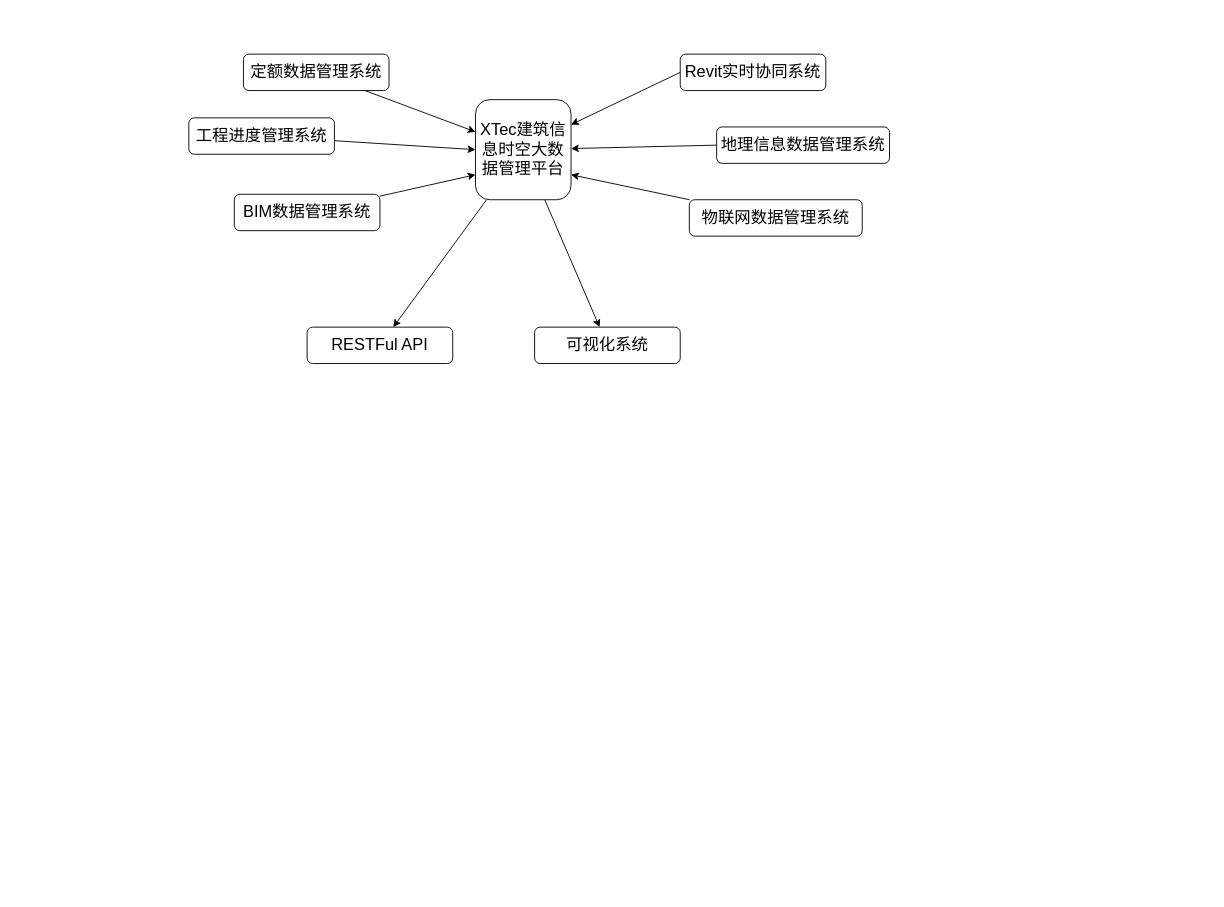
Above: 建筑信息时空大数据平台架构图.drawio in gaochaowyq/MinderGraph (draw.io), before the change. Source tidied: cells renumbered, new cells numbered last; positions are measured from the earlier drawing's top-left corner, leaving out a move shared by most shapes. Both pictures are drawn from the tidied source at 91%, with x=0, y=0 at pixel (188, 54).
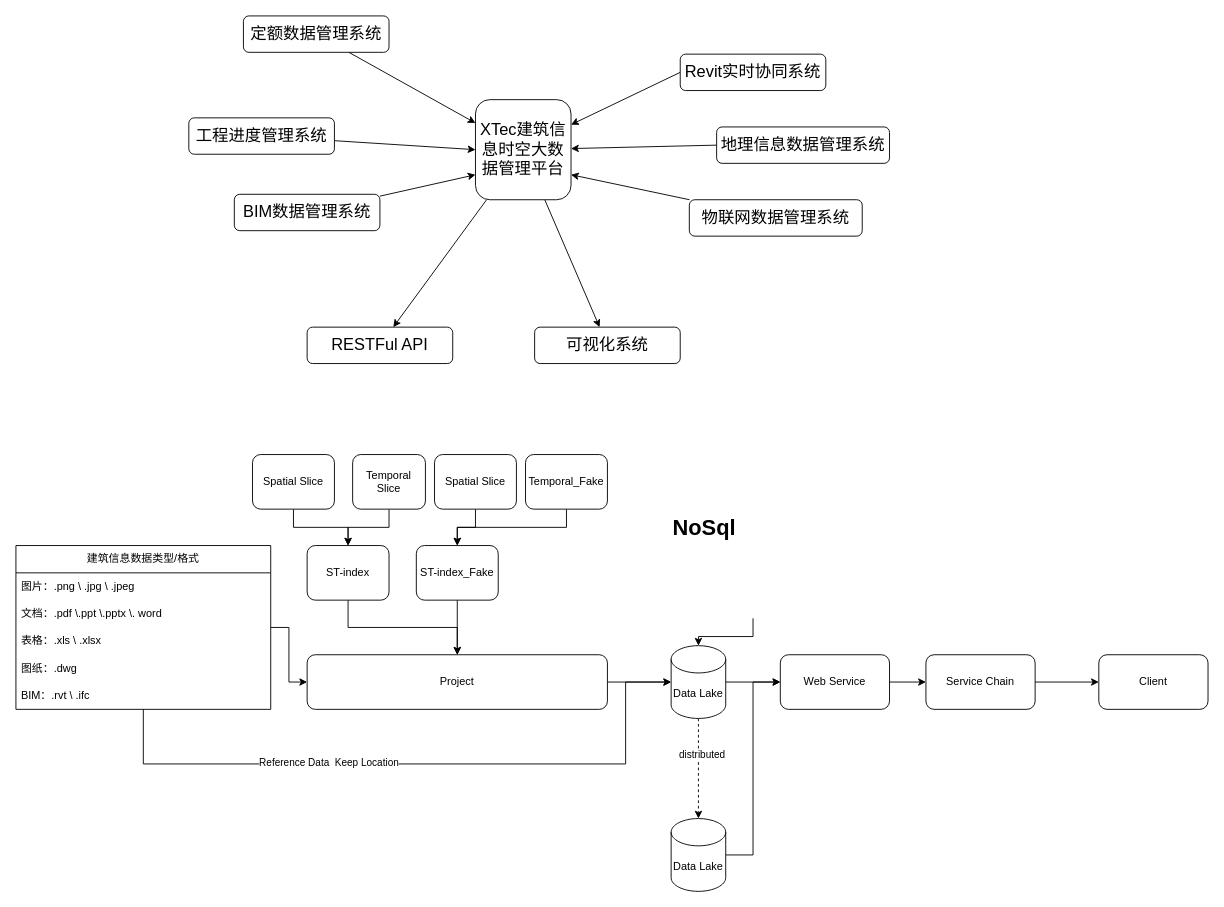
The same diagram, later.

Commit message:
更新建筑信息时空大数据平台架构图.drawio

What changed in the source:
```diff
@@
     <mxCell id="8" value="&lt;div style=&quot;font-size: 18px;&quot;&gt;定额数据管理系统&lt;/div&gt;" style="rounded=1;whiteSpace=wrap;html=1;" parent="1" vertex="1">
-      <mxGeometry x="60" width="160" height="40" as="geometry" />
+      <mxGeometry x="60" y="-42" width="160" height="40" as="geometry" />
     </mxCell>
@@
+    <mxCell id="19" style="edgeStyle=orthogonalEdgeStyle;rounded=0;jettySize=auto;html=1;" parent="1" edge="1" source="22" target="29">
+      <mxGeometry relative="1" as="geometry" />
+    </mxCell>
+    <mxCell id="20" style="edgeStyle=orthogonalEdgeStyle;rounded=0;jettySize=auto;html=1;entryX=0;entryY=0.5;entryDx=0;entryDy=0;entryPerimeter=0;" parent="1" edge="1" source="22" target="45">
+      <mxGeometry relative="1" as="geometry">
+        <Array as="points">
+          <mxPoint x="-50" y="780" />
+          <mxPoint x="480" y="780" />
+          <mxPoint x="480" y="690" />
+        </Array>
+      </mxGeometry>
+    </mxCell>
+    <mxCell id="21" value="&lt;div&gt;Reference Data&amp;nbsp; Keep Location&lt;/div&gt;" style="edgeLabel;html=1;align=center;verticalAlign=middle;" parent="20" vertex="1">
+      <mxGeometry x="-0.28" y="2" relative="1" as="geometry" />
+    </mxCell>
+    <mxCell id="22" value="建筑信息数据类型/格式" style="swimlane;fontStyle=0;horizontal=1;startSize=30;whiteSpace=wrap;html=1;" parent="1" vertex="1">
+      <mxGeometry x="-190" y="540" width="280" height="180" as="geometry" />
+    </mxCell>
+    <mxCell id="23" value="图片：.png \ .jpg \ .jpeg" style="text;strokeColor=none;fillColor=none;align=left;verticalAlign=middle;spacingLeft=4;spacingRight=4;overflow=hidden;whiteSpace=wrap;html=1;" parent="22" vertex="1">
+      <mxGeometry y="30" width="280" height="30" as="geometry" />
+    </mxCell>
+    <mxCell id="24" value="&lt;div&gt;文档：.pdf \.ppt \.pptx \. word&lt;/div&gt;" style="text;strokeColor=none;fillColor=none;align=left;verticalAlign=middle;spacingLeft=4;spacingRight=4;overflow=hidden;whiteSpace=wrap;html=1;" parent="22" vertex="1">
+      <mxGeometry y="60" width="280" height="30" as="geometry" />
+    </mxCell>
+    <mxCell id="25" value="表格：.xls \ .xlsx" style="text;strokeColor=none;fillColor=none;align=left;verticalAlign=middle;spacingLeft=4;spacingRight=4;overflow=hidden;whiteSpace=wrap;html=1;" parent="22" vertex="1">
+      <mxGeometry y="90" width="280" height="30" as="geometry" />
+    </mxCell>
+    <mxCell id="26" value="图纸：.dwg" style="text;strokeColor=none;fillColor=none;align=left;verticalAlign=middle;spacingLeft=4;spacingRight=4;overflow=hidden;whiteSpace=wrap;html=1;" parent="22" vertex="1">
+      <mxGeometry y="120" width="280" height="30" as="geometry" />
+    </mxCell>
+    <mxCell id="27" value="BIM：.rvt \ .ifc" style="text;strokeColor=none;fillColor=none;align=left;verticalAlign=middle;spacingLeft=4;spacingRight=4;overflow=hidden;whiteSpace=wrap;html=1;" parent="22" vertex="1">
+      <mxGeometry y="150" width="280" height="30" as="geometry" />
+    </mxCell>
+    <mxCell id="28" style="edgeStyle=orthogonalEdgeStyle;rounded=0;jettySize=auto;html=1;" parent="1" edge="1" source="29" target="45">
+      <mxGeometry relative="1" as="geometry" />
+    </mxCell>
+    <mxCell id="29" value="Project" style="rounded=1;whiteSpace=wrap;html=1;" parent="1" vertex="1">
+      <mxGeometry x="130" y="660" width="330" height="60" as="geometry" />
+    </mxCell>
+    <mxCell id="30" style="edgeStyle=orthogonalEdgeStyle;rounded=0;jettySize=auto;html=1;" parent="1" edge="1" source="31" target="29">
+      <mxGeometry relative="1" as="geometry" />
+    </mxCell>
+    <mxCell id="31" value="ST-index" style="rounded=1;whiteSpace=wrap;html=1;" parent="1" vertex="1">
+      <mxGeometry x="130" y="540" width="90" height="60" as="geometry" />
+    </mxCell>
+    <mxCell id="32" style="edgeStyle=orthogonalEdgeStyle;rounded=0;jettySize=auto;html=1;" parent="1" edge="1" source="33" target="29">
+      <mxGeometry relative="1" as="geometry" />
+    </mxCell>
+    <mxCell id="33" value="ST-index_Fake" style="rounded=1;whiteSpace=wrap;html=1;" parent="1" vertex="1">
+      <mxGeometry x="250" y="540" width="90" height="60" as="geometry" />
+    </mxCell>
+    <mxCell id="34" style="edgeStyle=orthogonalEdgeStyle;rounded=0;jettySize=auto;html=1;" parent="1" edge="1" source="35" target="31">
+      <mxGeometry relative="1" as="geometry" />
+    </mxCell>
+    <mxCell id="35" value="Spatial Slice" style="rounded=1;whiteSpace=wrap;html=1;" parent="1" vertex="1">
+      <mxGeometry x="70" y="440" width="90" height="60" as="geometry" />
+    </mxCell>
+    <mxCell id="36" style="edgeStyle=orthogonalEdgeStyle;rounded=0;jettySize=auto;html=1;" parent="1" edge="1" source="37" target="31">
+      <mxGeometry relative="1" as="geometry" />
+    </mxCell>
+    <mxCell id="37" value="Temporal Slice" style="rounded=1;whiteSpace=wrap;html=1;" parent="1" vertex="1">
+      <mxGeometry x="180" y="440" width="80" height="60" as="geometry" />
+    </mxCell>
+    <mxCell id="38" style="edgeStyle=orthogonalEdgeStyle;rounded=0;jettySize=auto;html=1;" parent="1" edge="1" source="39" target="33">
+      <mxGeometry relative="1" as="geometry" />
+    </mxCell>
+    <mxCell id="39" value="Spatial Slice" style="rounded=1;whiteSpace=wrap;html=1;" parent="1" vertex="1">
+      <mxGeometry x="270" y="440" width="90" height="60" as="geometry" />
+    </mxCell>
+    <mxCell id="40" style="edgeStyle=orthogonalEdgeStyle;rounded=0;jettySize=auto;html=1;exitX=0.5;exitY=1;exitDx=0;exitDy=0;" parent="1" edge="1" source="41" target="33">
+      <mxGeometry relative="1" as="geometry" />
+    </mxCell>
+    <mxCell id="41" value="Temporal_Fake" style="rounded=1;whiteSpace=wrap;html=1;" parent="1" vertex="1">
+      <mxGeometry x="370" y="440" width="90" height="60" as="geometry" />
+    </mxCell>
+    <mxCell id="42" style="edgeStyle=orthogonalEdgeStyle;rounded=0;jettySize=auto;html=1;" parent="1" edge="1" source="45" target="47">
+      <mxGeometry relative="1" as="geometry" />
+    </mxCell>
+    <mxCell id="43" style="edgeStyle=orthogonalEdgeStyle;rounded=0;jettySize=auto;html=1;dashed=1;" parent="1" edge="1" source="45" target="54">
+      <mxGeometry relative="1" as="geometry" />
+    </mxCell>
+    <mxCell id="44" value="distributed" style="edgeLabel;html=1;align=center;verticalAlign=middle;" parent="43" vertex="1">
+      <mxGeometry x="-0.3" y="3" relative="1" as="geometry" />
+    </mxCell>
+    <mxCell id="45" value="Data Lake" style="shape=cylinder3;whiteSpace=wrap;html=1;boundedLbl=1;backgroundOutline=1;size=15;" parent="1" vertex="1">
+      <mxGeometry x="530" y="650" width="60" height="80" as="geometry" />
+    </mxCell>
+    <mxCell id="46" style="edgeStyle=orthogonalEdgeStyle;rounded=0;jettySize=auto;html=1;" parent="1" edge="1" source="47" target="49">
+      <mxGeometry relative="1" as="geometry" />
+    </mxCell>
+    <mxCell id="47" value="Web Service" style="rounded=1;whiteSpace=wrap;html=1;" parent="1" vertex="1">
+      <mxGeometry x="650" y="660" width="120" height="60" as="geometry" />
+    </mxCell>
+    <mxCell id="48" style="edgeStyle=orthogonalEdgeStyle;rounded=0;jettySize=auto;html=1;entryX=0;entryY=0.5;entryDx=0;entryDy=0;" parent="1" edge="1" source="49" target="50">
+      <mxGeometry relative="1" as="geometry" />
+    </mxCell>
+    <mxCell id="49" value="Service Chain" style="rounded=1;whiteSpace=wrap;html=1;" parent="1" vertex="1">
+      <mxGeometry x="810" y="660" width="120" height="60" as="geometry" />
+    </mxCell>
+    <mxCell id="50" value="Client" style="rounded=1;whiteSpace=wrap;html=1;" parent="1" vertex="1">
+      <mxGeometry x="1000" y="660" width="120" height="60" as="geometry" />
+    </mxCell>
+    <mxCell id="51" style="edgeStyle=orthogonalEdgeStyle;rounded=0;jettySize=auto;html=1;" parent="1" edge="1" source="52" target="45">
+      <mxGeometry relative="1" as="geometry" />
+    </mxCell>
+    <mxCell id="52" value="&lt;h1 style=&quot;margin-top: 0px;&quot;&gt;NoSql&lt;/h1&gt;&lt;p&gt;&lt;br&gt;&lt;/p&gt;" style="text;html=1;whiteSpace=wrap;overflow=hidden;rounded=0;" parent="1" vertex="1">
+      <mxGeometry x="530" y="500" width="180" height="120" as="geometry" />
+    </mxCell>
+    <mxCell id="53" style="edgeStyle=orthogonalEdgeStyle;rounded=0;jettySize=auto;html=1;entryX=0;entryY=0.5;entryDx=0;entryDy=0;" parent="1" edge="1" source="54" target="47">
+      <mxGeometry relative="1" as="geometry" />
+    </mxCell>
+    <mxCell id="54" value="Data Lake" style="shape=cylinder3;whiteSpace=wrap;html=1;boundedLbl=1;backgroundOutline=1;size=15;" parent="1" vertex="1">
+      <mxGeometry x="530" y="840" width="60" height="80" as="geometry" />
+    </mxCell>
```
